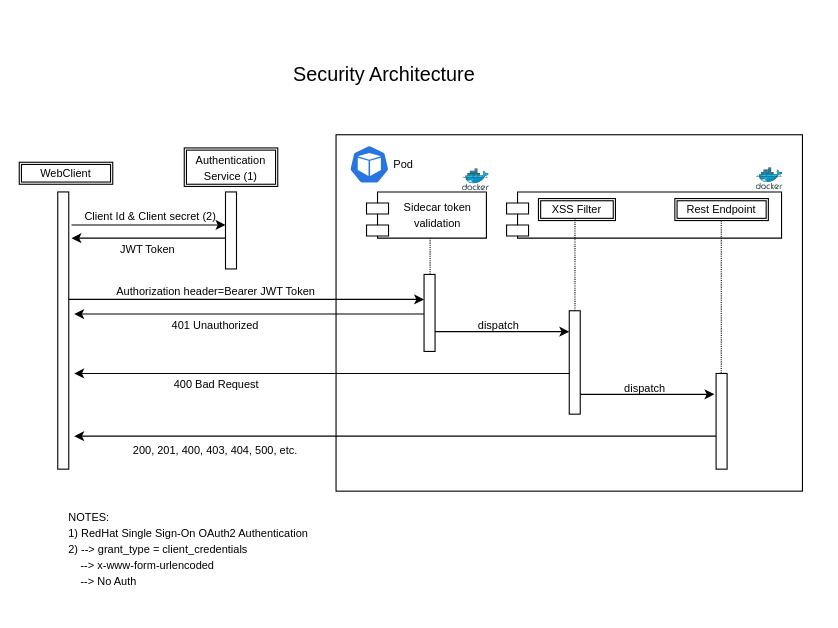
rod-ag/Technical-Documentation keeps this draw.io diagram as Security.drawio. Above is the earlier version. Source tidied: cells renumbered, new cells numbered last; positions are measured from the earlier drawing's top-left corner, leaving out a move shared by most shapes. Both pictures are drawn from the tidied source at 110%, with x=0, y=0 at pixel (19, 58).
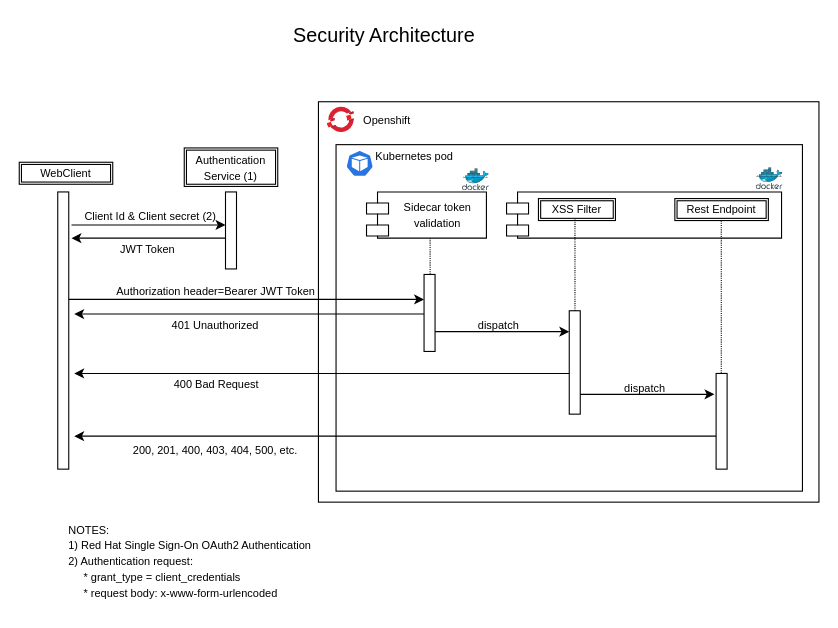
After the change.

Change to the diagram source:
```diff
@@
+    <mxCell id="39" style="rounded=0;whiteSpace=wrap;html=1;" parent="1" vertex="1">
+      <mxGeometry x="272" y="39" width="455" height="364" as="geometry" />
+    </mxCell>
     <mxCell id="2" style="rounded=0;whiteSpace=wrap;html=1;" parent="1" vertex="1">
-      <mxGeometry x="288" y="69" width="424" height="324" as="geometry" />
+      <mxGeometry x="288" y="78" width="424" height="315" as="geometry" />
     </mxCell>
@@
     <mxCell id="12" value="&lt;font style=&quot;font-size: 18px;&quot;&gt;Security Architecture&lt;/font&gt;" style="text;html=1;whiteSpace=wrap;strokeColor=none;fillColor=none;align=center;verticalAlign=middle;rounded=0;" parent="1" vertex="1">
-      <mxGeometry x="237" width="190" height="30" as="geometry" />
+      <mxGeometry x="237" y="-36" width="190" height="30" as="geometry" />
     </mxCell>
@@
     <mxCell id="22" style="sketch=0;html=1;dashed=0;whitespace=wrap;verticalLabelPosition=bottom;verticalAlign=top;fillColor=#2875E2;strokeColor=#ffffff;shape=mxgraph.kubernetes.icon2;prIcon=pod;" parent="1" vertex="1">
-      <mxGeometry x="300" y="78.5" width="36.5" height="35" as="geometry" />
+      <mxGeometry x="297" y="83" width="25" height="24" as="geometry" />
     </mxCell>
-    <mxCell id="23" value="&lt;font style=&quot;font-size: 10px;&quot;&gt;Pod&lt;/font&gt;" style="text;html=1;whiteSpace=wrap;strokeColor=none;fillColor=none;align=center;verticalAlign=middle;rounded=0;" parent="1" vertex="1">
-      <mxGeometry x="331" y="90" width="36.5" height="12" as="geometry" />
+    <mxCell id="23" value="&lt;font style=&quot;font-size: 10px;&quot;&gt;Kubernetes pod&lt;/font&gt;" style="text;html=1;whiteSpace=wrap;strokeColor=none;fillColor=none;align=center;verticalAlign=middle;rounded=0;" parent="1" vertex="1">
+      <mxGeometry x="317" y="82" width="85" height="12" as="geometry" />
     </mxCell>
@@
-    <mxCell id="38" value="&lt;font style=&quot;font-size: 10px;&quot;&gt;NOTES:&lt;br&gt;1) RedHat Single Sign-On OAuth2 Authentication&lt;br&gt;2) --&amp;gt; grant_type = client_credentials&lt;br&gt;&lt;/font&gt;&lt;div&gt;&lt;font style=&quot;font-size: 10px;&quot;&gt;&amp;nbsp; &amp;nbsp; --&amp;gt; x-www-form-urlencoded&lt;/font&gt;&lt;/div&gt;&lt;div&gt;&lt;font style=&quot;font-size: 10px;&quot;&gt;&amp;nbsp; &amp;nbsp; --&amp;gt; No Auth&lt;/font&gt;&lt;/div&gt;" style="text;html=1;whiteSpace=wrap;strokeColor=none;fillColor=none;align=left;verticalAlign=top;rounded=0;" parent="1" vertex="1">
-      <mxGeometry x="42.5" y="403" width="230" height="87" as="geometry" />
+    <mxCell id="38" value="&lt;font style=&quot;font-size: 10px;&quot;&gt;NOTES:&lt;br&gt;1) Red Hat Single Sign-On OAuth2 Authentication&lt;br&gt;&lt;/font&gt;&lt;div&gt;&lt;font style=&quot;font-size: 10px;&quot;&gt;2) Authentication request:&lt;/font&gt;&lt;/div&gt;&lt;div&gt;&lt;font style=&quot;font-size: 10px;&quot;&gt;&amp;nbsp; &amp;nbsp; &amp;nbsp;* grant_type = client_credentials&lt;/font&gt;&lt;/div&gt;&lt;div&gt;&lt;font style=&quot;font-size: 10px;&quot;&gt;&amp;nbsp; &amp;nbsp; &amp;nbsp;* request body: x-www-form-urlencoded&lt;/font&gt;&lt;/div&gt;" style="text;html=1;whiteSpace=wrap;strokeColor=none;fillColor=none;align=left;verticalAlign=top;rounded=0;" parent="1" vertex="1">
+      <mxGeometry x="42.5" y="414" width="230" height="87" as="geometry" />
     </mxCell>
+    <mxCell id="40" style="image;html=1;align=center;fontSize=12;image=img/lib/azure2/containers/Azure_Red_Hat_OpenShift.svg;" parent="1" vertex="1">
+      <mxGeometry x="280" y="43" width="25" height="25" as="geometry" />
+    </mxCell>
+    <mxCell id="41" value="&lt;font style=&quot;font-size: 10px;&quot;&gt;Openshift&lt;/font&gt;" style="text;html=1;whiteSpace=wrap;strokeColor=none;fillColor=none;align=center;verticalAlign=middle;rounded=0;" parent="1" vertex="1">
+      <mxGeometry x="308" y="49.5" width="52.5" height="12" as="geometry" />
+    </mxCell>
```
